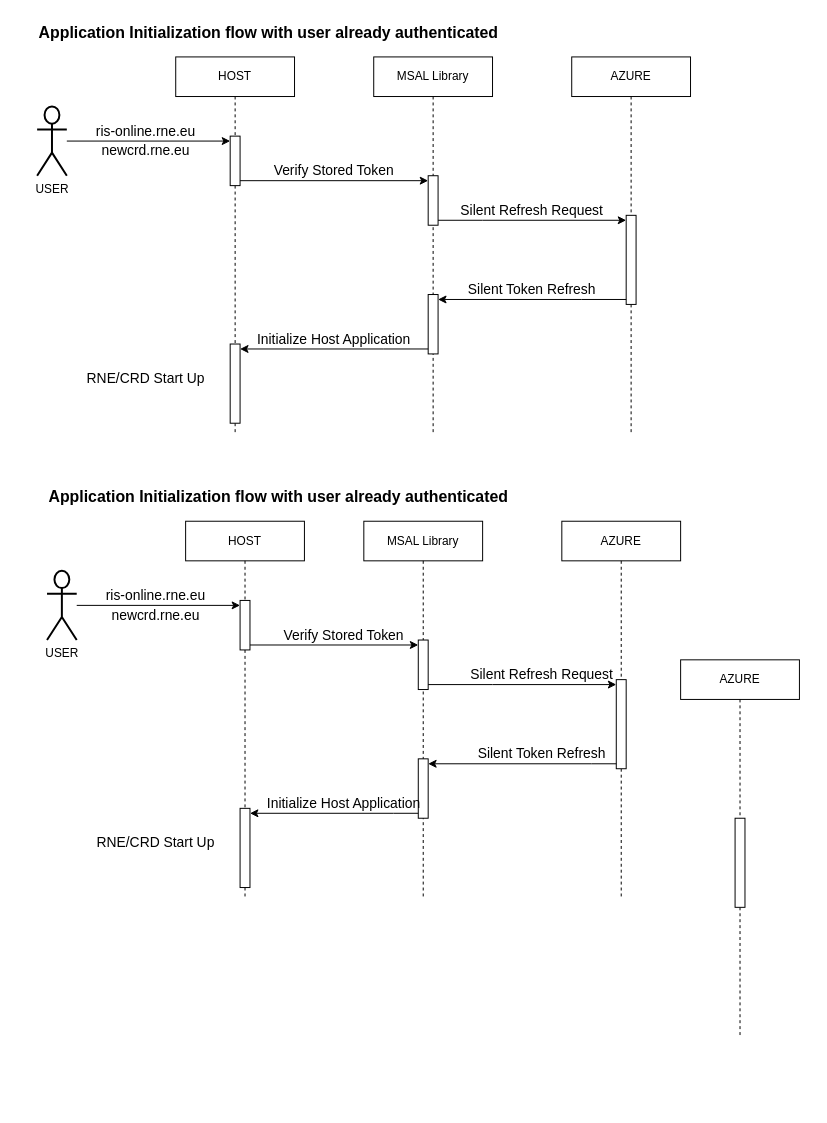
Above: azure-sd.drawio in mathudak/diagrams (draw.io), before the change. Source tidied: cells renumbered, new cells numbered last; positions are measured from the earlier drawing's top-left corner, leaving out a move shared by most shapes. Both pictures are drawn from the tidied source at 99%, with x=0, y=0 at pixel (37, 17).
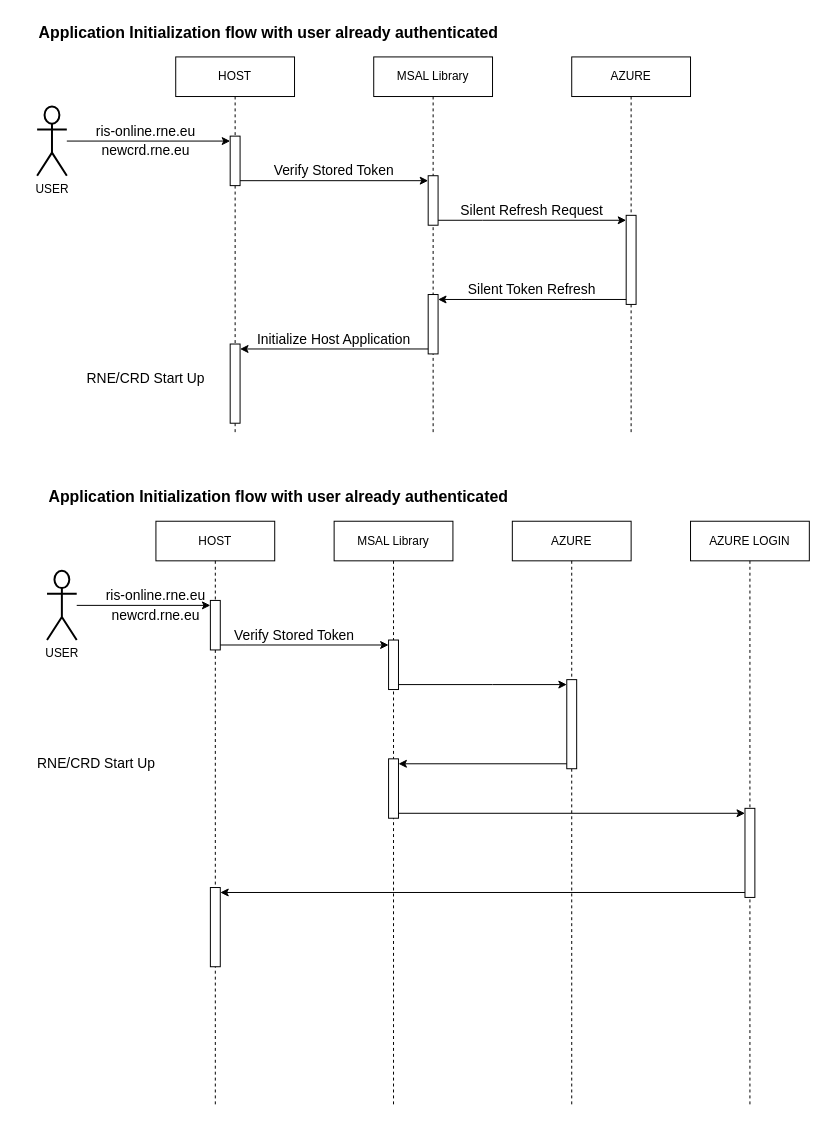
After the change.

Unchanged cells that the change refers to:
```xml
<mxCell id="29" style="html=1;points=[[0,0,0,0,5],[0,1,0,0,-5],[1,0,0,0,5],[1,1,0,0,-5]];perimeter=orthogonalPerimeter;outlineConnect=0;targetShapes=umlLifeline;portConstraint=eastwest;newEdgeStyle={&quot;curved&quot;:0,&quot;rounded&quot;:0};" parent="27" vertex="1">
  <mxGeometry x="55" y="240" width="10" height="60" as="geometry" />
</mxCell>
<mxCell id="31" style="html=1;points=[[0,0,0,0,5],[0,1,0,0,-5],[1,0,0,0,5],[1,1,0,0,-5]];perimeter=orthogonalPerimeter;outlineConnect=0;targetShapes=umlLifeline;portConstraint=eastwest;newEdgeStyle={&quot;curved&quot;:0,&quot;rounded&quot;:0};" parent="30" vertex="1">
  <mxGeometry x="55" y="160" width="10" height="90" as="geometry" />
</mxCell>
```

Change to the diagram source:
```diff
@@
     <mxCell id="24" value="HOST" style="shape=umlLifeline;perimeter=lifelinePerimeter;whiteSpace=wrap;html=1;newEdgeStyle={&quot;curved&quot;:0,&quot;rounded&quot;:0};" parent="1" vertex="1">
-      <mxGeometry x="150" y="509" width="120" height="380" as="geometry" />
+      <mxGeometry x="120" y="509" width="120" height="590" as="geometry" />
     </mxCell>
@@
     <mxCell id="26" style="html=1;points=[[0,0,0,0,5],[0,1,0,0,-5],[1,0,0,0,5],[1,1,0,0,-5]];perimeter=orthogonalPerimeter;outlineConnect=0;targetShapes=umlLifeline;portConstraint=eastwest;newEdgeStyle={&quot;curved&quot;:0,&quot;rounded&quot;:0};" parent="24" vertex="1">
-      <mxGeometry x="55" y="290" width="10" height="80" as="geometry" />
+      <mxGeometry x="55" y="370" width="10" height="80" as="geometry" />
     </mxCell>
     <mxCell id="27" value="MSAL Library" style="shape=umlLifeline;perimeter=lifelinePerimeter;whiteSpace=wrap;html=1;newEdgeStyle={&quot;curved&quot;:0,&quot;rounded&quot;:0};" parent="1" vertex="1">
-      <mxGeometry x="330" y="509" width="120" height="380" as="geometry" />
+      <mxGeometry x="300" y="509" width="120" height="590" as="geometry" />
     </mxCell>
@@
     <mxCell id="30" value="AZURE" style="shape=umlLifeline;perimeter=lifelinePerimeter;whiteSpace=wrap;html=1;newEdgeStyle={&quot;curved&quot;:0,&quot;rounded&quot;:0};" parent="1" vertex="1">
-      <mxGeometry x="530" y="509" width="120" height="380" as="geometry" />
+      <mxGeometry x="480" y="509" width="120" height="590" as="geometry" />
     </mxCell>
@@
     <mxCell id="38" value="Verify Stored Token" style="text;html=1;align=center;verticalAlign=middle;whiteSpace=wrap;rounded=0;fontSize=14;" parent="1" vertex="1">
-      <mxGeometry x="230" y="609" width="160" height="30" as="geometry" />
+      <mxGeometry x="180" y="609" width="160" height="30" as="geometry" />
     </mxCell>
-    <mxCell id="39" value="Silent Refresh Request" style="text;html=1;align=center;verticalAlign=middle;whiteSpace=wrap;rounded=0;fontSize=14;" parent="1" vertex="1">
-      <mxGeometry x="430" y="649" width="160" height="30" as="geometry" />
-    </mxCell>
-    <mxCell id="40" value="Silent Token Refresh" style="text;html=1;align=center;verticalAlign=middle;whiteSpace=wrap;rounded=0;fontSize=14;" parent="1" vertex="1">
-      <mxGeometry x="430" y="729" width="160" height="30" as="geometry" />
-    </mxCell>
-    <mxCell id="41" style="edgeStyle=orthogonalEdgeStyle;rounded=0;jettySize=auto;html=1;curved=0;entryX=1;entryY=0;entryDx=0;entryDy=5;entryPerimeter=0;" parent="1" edge="1" source="31" target="29">
-      <mxGeometry relative="1" as="geometry">
-        <Array as="points">
-          <mxPoint x="560" y="754" />
-          <mxPoint x="560" y="754" />
-        </Array>
-      </mxGeometry>
-    </mxCell>
-    <mxCell id="42" value="Initialize Host Application" style="text;html=1;align=center;verticalAlign=middle;whiteSpace=wrap;rounded=0;fontSize=14;" parent="1" vertex="1">
-      <mxGeometry x="230" y="779" width="160" height="30" as="geometry" />
-    </mxCell>
@@
     <mxCell id="44" value="RNE/CRD Start Up" style="text;html=1;align=center;verticalAlign=middle;whiteSpace=wrap;rounded=0;fontSize=14;" parent="1" vertex="1">
-      <mxGeometry x="40" y="819" width="160" height="30" as="geometry" />
+      <mxGeometry x="-20" y="739" width="160" height="30" as="geometry" />
     </mxCell>
-    <mxCell id="45" style="edgeStyle=orthogonalEdgeStyle;rounded=0;jettySize=auto;html=1;curved=0;entryX=1;entryY=0;entryDx=0;entryDy=5;entryPerimeter=0;" parent="1" edge="1" source="29" target="26">
-      <mxGeometry relative="1" as="geometry">
-        <Array as="points">
-          <mxPoint x="360" y="804" />
-          <mxPoint x="360" y="804" />
-        </Array>
-      </mxGeometry>
-    </mxCell>
-    <mxCell id="46" value="AZURE" style="shape=umlLifeline;perimeter=lifelinePerimeter;whiteSpace=wrap;html=1;newEdgeStyle={&quot;curved&quot;:0,&quot;rounded&quot;:0};" parent="1" vertex="1">
-      <mxGeometry x="650" y="649" width="120" height="380" as="geometry" />
+    <mxCell id="46" value="AZURE LOGIN" style="shape=umlLifeline;perimeter=lifelinePerimeter;whiteSpace=wrap;html=1;newEdgeStyle={&quot;curved&quot;:0,&quot;rounded&quot;:0};" parent="1" vertex="1">
+      <mxGeometry x="660" y="509" width="120" height="590" as="geometry" />
     </mxCell>
     <mxCell id="47" style="html=1;points=[[0,0,0,0,5],[0,1,0,0,-5],[1,0,0,0,5],[1,1,0,0,-5]];perimeter=orthogonalPerimeter;outlineConnect=0;targetShapes=umlLifeline;portConstraint=eastwest;newEdgeStyle={&quot;curved&quot;:0,&quot;rounded&quot;:0};" parent="46" vertex="1">
-      <mxGeometry x="55" y="160" width="10" height="90" as="geometry" />
+      <mxGeometry x="55" y="290" width="10" height="90" as="geometry" />
     </mxCell>
+    <mxCell id="41" style="edgeStyle=orthogonalEdgeStyle;rounded=0;jettySize=auto;html=1;curved=0;exitX=0;exitY=1;exitDx=0;exitDy=-5;exitPerimeter=0;entryX=1;entryY=0;entryDx=0;entryDy=5;entryPerimeter=0;" parent="1" edge="1" source="31" target="29">
+      <mxGeometry relative="1" as="geometry" />
+    </mxCell>
+    <mxCell id="48" style="edgeStyle=orthogonalEdgeStyle;rounded=0;jettySize=auto;html=1;curved=0;exitX=1;exitY=1;exitDx=0;exitDy=-5;exitPerimeter=0;entryX=0;entryY=0;entryDx=0;entryDy=5;entryPerimeter=0;" parent="1" edge="1" source="29" target="47">
+      <mxGeometry relative="1" as="geometry" />
+    </mxCell>
+    <mxCell id="49" style="edgeStyle=orthogonalEdgeStyle;rounded=0;jettySize=auto;html=1;curved=0;exitX=0;exitY=1;exitDx=0;exitDy=-5;exitPerimeter=0;entryX=1;entryY=0;entryDx=0;entryDy=5;entryPerimeter=0;" parent="1" edge="1" source="47" target="26">
+      <mxGeometry relative="1" as="geometry" />
+    </mxCell>
```
